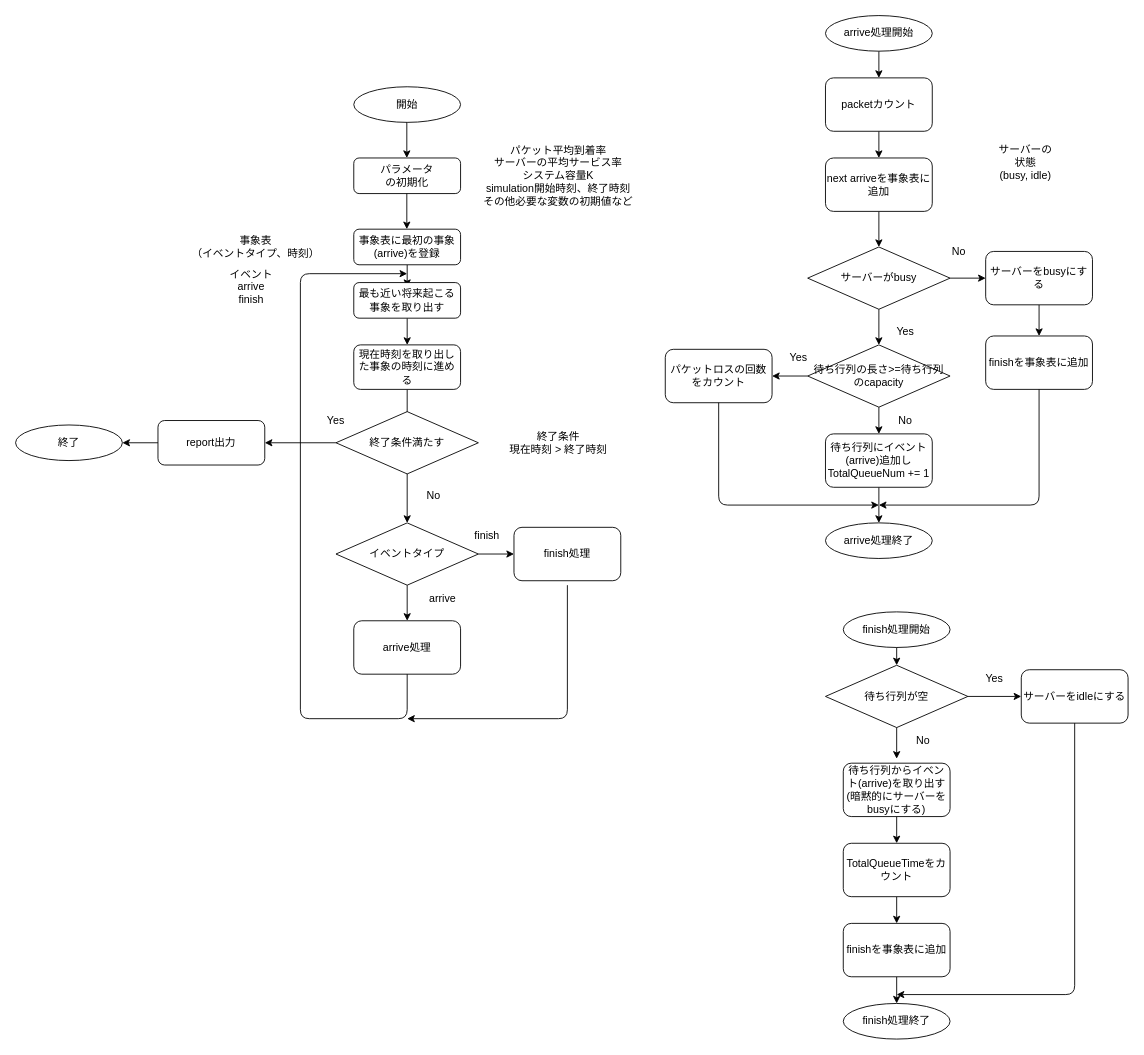
Earlier version of the draw.io diagram flow.dio (yagikota/network_simulatiton). Source tidied: cells renumbered, new cells numbered last; positions are measured from the earlier drawing's top-left corner, leaving out a move shared by most shapes. Both pictures are drawn from the tidied source at 89%, with x=0, y=0 at pixel (15, 15).
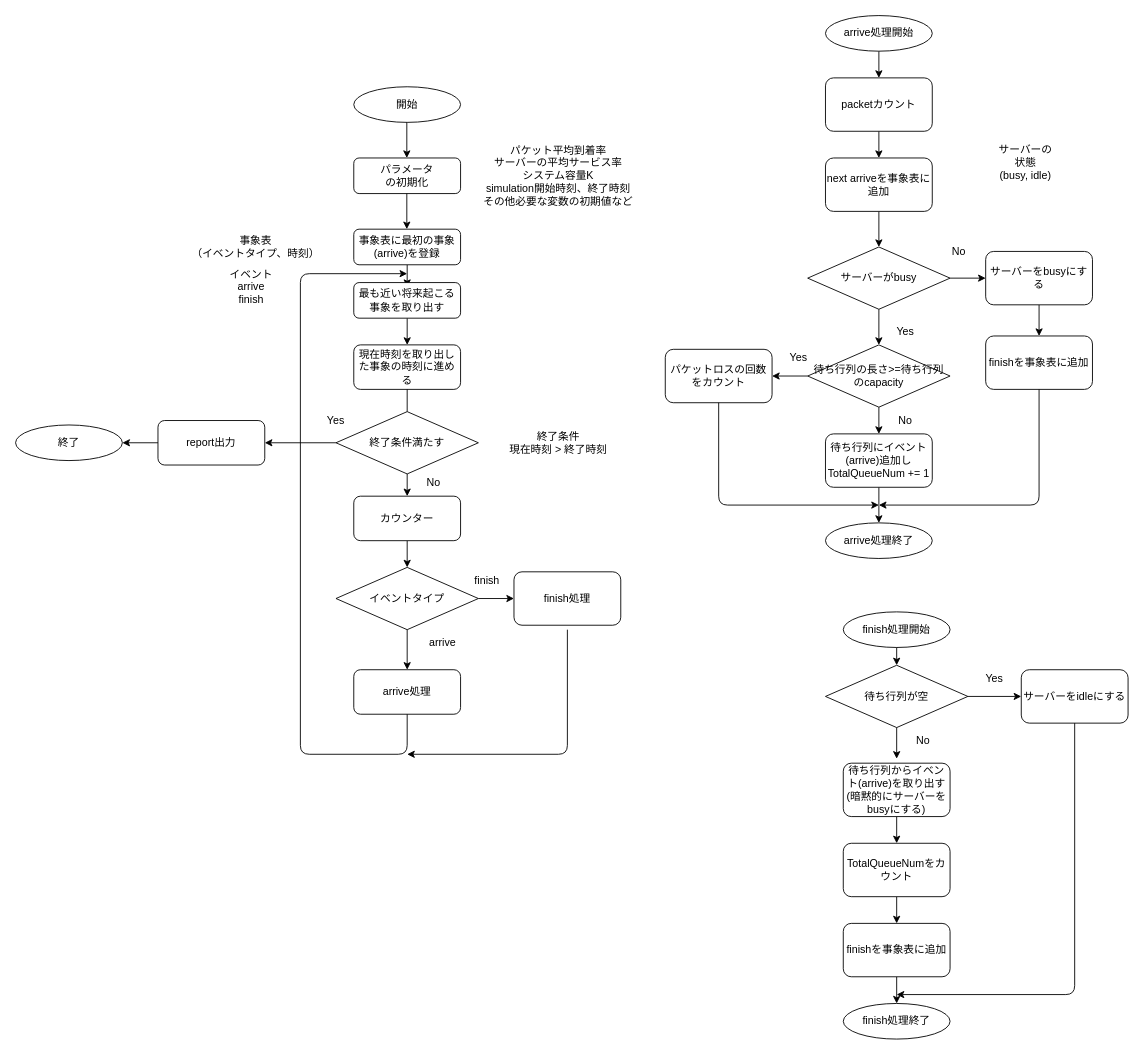
Above is the later version.

The change refers to these unchanged cells:
```xml
<mxCell id="22" value="現在時刻を取り出した事象の時刻に進める" style="rounded=1;whiteSpace=wrap;html=1;strokeColor=default;" parent="1" vertex="1">
  <mxGeometry x="380" y="370" width="120" height="50" as="geometry" />
</mxCell>
```

Diff of the diagram source:
```diff
@@
     <mxCell id="16" value="イベントタイプ" style="rhombus;whiteSpace=wrap;html=1;strokeColor=default;" parent="1" vertex="1">
-      <mxGeometry x="360" y="570" width="160" height="70" as="geometry" />
+      <mxGeometry x="360" y="620" width="160" height="70" as="geometry" />
     </mxCell>
     <mxCell id="17" value="arrive処理" style="rounded=1;whiteSpace=wrap;html=1;strokeColor=default;" parent="1" vertex="1">
-      <mxGeometry x="380" y="680" width="120" height="60" as="geometry" />
+      <mxGeometry x="380" y="735" width="120" height="50" as="geometry" />
     </mxCell>
     <mxCell id="18" value="finish" style="text;html=1;align=center;verticalAlign=middle;whiteSpace=wrap;rounded=0;strokeColor=none;" parent="1" vertex="1">
-      <mxGeometry x="500" y="570" width="60" height="30" as="geometry" />
+      <mxGeometry x="500" y="620" width="60" height="30" as="geometry" />
     </mxCell>
@@
     <mxCell id="20" value="finish処理" style="rounded=1;whiteSpace=wrap;html=1;strokeColor=default;" parent="1" vertex="1">
-      <mxGeometry x="560" y="575" width="120" height="60" as="geometry" />
+      <mxGeometry x="560" y="625" width="120" height="60" as="geometry" />
     </mxCell>
-    <mxCell id="21" style="edgeStyle=none;html=1;entryX=0.5;entryY=0;entryDx=0;entryDy=0;strokeColor=default;" parent="1" edge="1" source="22" target="16">
-      <mxGeometry relative="1" as="geometry" />
-    </mxCell>
@@
     <mxCell id="23" value="arrive" style="text;html=1;align=center;verticalAlign=middle;whiteSpace=wrap;rounded=0;strokeColor=none;" parent="1" vertex="1">
-      <mxGeometry x="450" y="640" width="60" height="30" as="geometry" />
+      <mxGeometry x="450" y="690" width="60" height="30" as="geometry" />
     </mxCell>
@@
-    <mxCell id="61" value="TotalQueueTimeをカウント" style="rounded=1;whiteSpace=wrap;html=1;strokeColor=default;" parent="1" vertex="1">
+    <mxCell id="61" value="TotalQueueNumをカウント" style="rounded=1;whiteSpace=wrap;html=1;strokeColor=default;" parent="1" vertex="1">
       <mxGeometry x="930" y="930" width="120" height="60" as="geometry" />
     </mxCell>
@@
     <mxCell id="64" value="No" style="text;html=1;align=center;verticalAlign=middle;whiteSpace=wrap;rounded=0;strokeColor=none;" parent="1" vertex="1">
-      <mxGeometry x="440" y="520" width="60" height="40" as="geometry" />
+      <mxGeometry x="440" y="505" width="60" height="40" as="geometry" />
     </mxCell>
@@
-    <mxCell id="66" value="終了条件満たす" style="rhombus;whiteSpace=wrap;html=1;strokeColor=default;" parent="1" vertex="1">
-      <mxGeometry x="360" y="445" width="160" height="70" as="geometry" />
-    </mxCell>
-    <mxCell id="67" style="endArrow=classic;html=1;exitX=0.5;exitY=1;exitDx=0;exitDy=0;strokeColor=default;" parent="1" edge="1" source="17">
+    <mxCell id="67" style="endArrow=classic;html=1;strokeColor=default;exitX=0.5;exitY=1;exitDx=0;exitDy=0;" parent="1" edge="1" source="17">
       <mxGeometry relative="1" as="geometry">
         <mxPoint x="440" y="290" as="targetPoint" />
         <Array as="points">
-          <mxPoint x="440" y="790" />
-          <mxPoint x="320" y="790" />
+          <mxPoint x="440" y="830" />
+          <mxPoint x="320" y="830" />
           <mxPoint x="320" y="290" />
         </Array>
       </mxGeometry>
     </mxCell>
     <mxCell id="68" style="endArrow=classic;html=1;strokeColor=default;" parent="1" edge="1">
       <mxGeometry relative="1" as="geometry">
-        <mxPoint x="620" y="640" as="sourcePoint" />
-        <mxPoint x="440" y="790" as="targetPoint" />
+        <mxPoint x="620" y="690" as="sourcePoint" />
+        <mxPoint x="440" y="830" as="targetPoint" />
         <Array as="points">
-          <mxPoint x="620" y="790" />
+          <mxPoint x="620" y="830" />
         </Array>
       </mxGeometry>
     </mxCell>
@@
+    <mxCell id="74" style="edgeStyle=none;html=1;" parent="1" edge="1" source="66" target="77">
+      <mxGeometry relative="1" as="geometry" />
+    </mxCell>
+    <mxCell id="66" value="終了条件満たす" style="rhombus;whiteSpace=wrap;html=1;strokeColor=default;" parent="1" vertex="1">
+      <mxGeometry x="360" y="445" width="160" height="70" as="geometry" />
+    </mxCell>
+    <mxCell id="75" style="edgeStyle=none;html=1;entryX=0.5;entryY=0;entryDx=0;entryDy=0;strokeColor=default;endArrow=none;" parent="1" edge="1" source="22" target="66">
+      <mxGeometry relative="1" as="geometry" />
+    </mxCell>
+    <mxCell id="76" style="edgeStyle=none;html=1;" parent="1" edge="1" source="77" target="16">
+      <mxGeometry relative="1" as="geometry" />
+    </mxCell>
+    <mxCell id="77" value="カウンター" style="rounded=1;whiteSpace=wrap;html=1;strokeColor=default;" parent="1" vertex="1">
+      <mxGeometry x="380" y="540" width="120" height="50" as="geometry" />
+    </mxCell>
```
